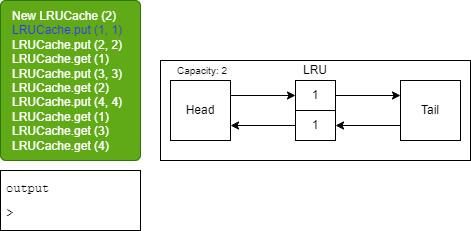
This is Final_Interview/slides/Slide3.png from bert799/CodingInterviews, a draw.io export, as it was before one commit. Source tidied: cells renumbered, new cells last; positions are measured from the earlier drawing's top-left corner, leaving out a move shared by most shapes.
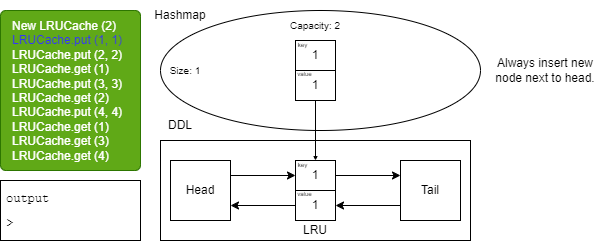
After the change.

What changed in the source:
```diff
@@ -5,41 +5,83 @@
     <mxCell id="2" value="&lt;span style=&quot;&quot;&gt;&#9;&lt;/span&gt;New LRUCache (2)&lt;br&gt;&lt;span style=&quot;&quot;&gt;&#9;&lt;/span&gt;&lt;font color=&quot;#3333ff&quot;&gt;LRUCache.put (1, 1)&lt;br&gt;&lt;/font&gt;&lt;span style=&quot;&quot;&gt;&#9;&lt;/span&gt;LRUCache.put (2, 2)&lt;br&gt;LRUCache.get (1)&lt;br&gt;LRUCache.put (3, 3)&lt;br&gt;LRUCache.get (2)&lt;br&gt;LRUCache.put (4, 4)&lt;br&gt;LRUCache.get (1)&lt;br&gt;LRUCache.get (3)&lt;br&gt;LRUCache.get (4)" style="rounded=1;whiteSpace=wrap;html=1;fillColor=#60a917;verticalAlign=top;align=left;arcSize=4;spacingTop=2;spacingLeft=10;spacingBottom=2;fontColor=#ffffff;strokeColor=#2D7600;" parent="1" vertex="1">
       <mxGeometry width="140" height="160" as="geometry" />
     </mxCell>
+    <mxCell id="4" style="rounded=0;whiteSpace=wrap;html=1;fontSize=12;fillColor=none;strokeColor=#000000;" parent="1" vertex="1">
+      <mxGeometry x="160" y="130" width="310" height="100" as="geometry" />
+    </mxCell>
     <mxCell id="3" value="&lt;pre style=&quot;line-height: 0%;&quot;&gt;&lt;font color=&quot;#000000&quot;&gt;output&lt;/font&gt;&lt;/pre&gt;&lt;pre style=&quot;text-align: center; line-height: 0%;&quot;&gt;&lt;font color=&quot;#000000&quot;&gt;&lt;br&gt;&lt;/font&gt;&lt;/pre&gt;&lt;pre style=&quot;text-align: justify; line-height: 0%;&quot;&gt;&lt;font color=&quot;#000000&quot;&gt;&amp;gt; &lt;/font&gt;&lt;/pre&gt;" style="rounded=0;whiteSpace=wrap;html=1;verticalAlign=top;align=left;spacingLeft=4;fillColor=none;strokeColor=#000000;" parent="1" vertex="1">
       <mxGeometry y="170" width="140" height="60" as="geometry" />
     </mxCell>
-    <mxCell id="4" style="rounded=0;whiteSpace=wrap;html=1;fontSize=12;fillColor=none;strokeColor=#000000;" parent="1" vertex="1">
-      <mxGeometry x="160" y="60" width="310" height="100" as="geometry" />
-    </mxCell>
     <mxCell id="5" style="edgeStyle=none;html=1;exitX=1;exitY=0.25;exitDx=0;exitDy=0;entryX=0;entryY=0.5;entryDx=0;entryDy=0;fontSize=10;fontColor=#FFFFFF;strokeColor=#000000;" parent="1" edge="1" source="6" target="11">
       <mxGeometry relative="1" as="geometry" />
     </mxCell>
     <mxCell id="6" value="&lt;font color=&quot;#000000&quot;&gt;Head&lt;/font&gt;" style="whiteSpace=wrap;html=1;rounded=0;strokeColor=#000000;fontSize=12;fillColor=none;" parent="1" vertex="1">
-      <mxGeometry x="170" y="80" width="60" height="60" as="geometry" />
+      <mxGeometry x="170" y="150" width="60" height="60" as="geometry" />
     </mxCell>
     <mxCell id="7" style="edgeStyle=none;html=1;exitX=0;exitY=0.75;exitDx=0;exitDy=0;entryX=1;entryY=0.5;entryDx=0;entryDy=0;strokeColor=#000000;fontSize=10;fontColor=#FFFFFF;" parent="1" edge="1" source="8" target="13">
       <mxGeometry relative="1" as="geometry" />
     </mxCell>
     <mxCell id="8" value="&lt;font color=&quot;#000000&quot;&gt;Tail&lt;/font&gt;" style="whiteSpace=wrap;html=1;rounded=0;strokeColor=#000000;fontSize=12;fillColor=none;" parent="1" vertex="1">
-      <mxGeometry x="400" y="80" width="60" height="60" as="geometry" />
+      <mxGeometry x="400" y="150" width="60" height="60" as="geometry" />
     </mxCell>
+    <mxCell id="10" style="edgeStyle=none;html=1;exitX=1;exitY=0.5;exitDx=0;exitDy=0;entryX=0;entryY=0.25;entryDx=0;entryDy=0;strokeColor=#000000;fontSize=10;fontColor=#FFFFFF;" parent="1" edge="1" source="11" target="8">
+      <mxGeometry relative="1" as="geometry" />
+    </mxCell>
+    <mxCell id="12" style="edgeStyle=none;html=1;exitX=0;exitY=0.5;exitDx=0;exitDy=0;entryX=1;entryY=0.75;entryDx=0;entryDy=0;strokeColor=#000000;fontSize=10;fontColor=#FFFFFF;" parent="1" edge="1" source="13" target="6">
+      <mxGeometry relative="1" as="geometry" />
+    </mxCell>
     <mxCell id="9" value="&lt;font style=&quot;font-size: 10px;&quot;&gt;Capacity: 2&lt;/font&gt;" style="text;html=1;strokeColor=none;fillColor=none;align=center;verticalAlign=middle;whiteSpace=wrap;rounded=0;fontColor=#000000;" parent="1" vertex="1">
-      <mxGeometry x="167" y="55" width="70" height="30" as="geometry" />
+      <mxGeometry x="280" width="70" height="30" as="geometry" />
     </mxCell>
-    <mxCell id="10" style="edgeStyle=none;html=1;exitX=1;exitY=0.5;exitDx=0;exitDy=0;entryX=0;entryY=0.25;entryDx=0;entryDy=0;strokeColor=#000000;fontSize=10;fontColor=#FFFFFF;" parent="1" edge="1" source="11" target="8">
-      <mxGeometry relative="1" as="geometry" />
-    </mxCell>
+    <mxCell id="15" style="ellipse;whiteSpace=wrap;html=1;fillColor=none;strokeColor=#000000;" parent="1" vertex="1">
+      <mxGeometry x="160" width="320" height="120" as="geometry" />
+    </mxCell>
+    <mxCell id="16" value="&lt;font color=&quot;#000000&quot;&gt;Hashmap&lt;/font&gt;" style="text;html=1;strokeColor=none;fillColor=none;align=center;verticalAlign=middle;whiteSpace=wrap;rounded=0;" parent="1" vertex="1">
+      <mxGeometry x="150" y="-10" width="60" height="30" as="geometry" />
+    </mxCell>
+    <mxCell id="17" value="&lt;font color=&quot;#000000&quot;&gt;DDL&lt;/font&gt;" style="text;html=1;strokeColor=none;fillColor=none;align=center;verticalAlign=middle;whiteSpace=wrap;rounded=0;" parent="1" vertex="1">
+      <mxGeometry x="150" y="100" width="60" height="30" as="geometry" />
+    </mxCell>
+    <mxCell id="18" style="group;" parent="1" vertex="1">
+      <mxGeometry x="290" y="148" width="45" height="62" as="geometry" />
+    </mxCell>
-    <mxCell id="11" value="1" style="rounded=0;whiteSpace=wrap;html=1;strokeColor=#000000;fontSize=12;fontColor=#000000;fillColor=none;" parent="1" vertex="1">
-      <mxGeometry x="295" y="80" width="40" height="30" as="geometry" />
+    <mxCell id="11" value="1" style="rounded=0;whiteSpace=wrap;html=1;strokeColor=#000000;fontSize=12;fontColor=#000000;fillColor=none;" parent="18" vertex="1">
+      <mxGeometry x="5" y="2" width="40" height="30" as="geometry" />
     </mxCell>
-    <mxCell id="12" style="edgeStyle=none;html=1;exitX=0;exitY=0.5;exitDx=0;exitDy=0;entryX=1;entryY=0.75;entryDx=0;entryDy=0;strokeColor=#000000;fontSize=10;fontColor=#FFFFFF;" parent="1" edge="1" source="13" target="6">
-      <mxGeometry relative="1" as="geometry" />
-    </mxCell>
-    <mxCell id="13" value="1" style="rounded=0;whiteSpace=wrap;html=1;strokeColor=#000000;fontSize=12;fontColor=#000000;fillColor=none;" parent="1" vertex="1">
-      <mxGeometry x="295" y="110" width="40" height="30" as="geometry" />
+    <mxCell id="13" value="1" style="rounded=0;whiteSpace=wrap;html=1;strokeColor=#000000;fontSize=12;fontColor=#000000;fillColor=none;" parent="18" vertex="1">
+      <mxGeometry x="5" y="32" width="40" height="30" as="geometry" />
     </mxCell>
+    <mxCell id="19" value="&lt;font style=&quot;font-size: 6px;&quot; color=&quot;#000000&quot;&gt;key&lt;/font&gt;" style="text;html=1;strokeColor=none;fillColor=none;align=center;verticalAlign=middle;whiteSpace=wrap;rounded=0;" parent="18" vertex="1">
+      <mxGeometry width="25" height="10" as="geometry" />
+    </mxCell>
+    <mxCell id="20" value="&lt;font style=&quot;font-size: 6px;&quot; color=&quot;#000000&quot;&gt;value&lt;/font&gt;" style="text;html=1;strokeColor=none;fillColor=none;align=center;verticalAlign=middle;whiteSpace=wrap;rounded=0;" parent="18" vertex="1">
+      <mxGeometry x="2" y="29" width="25" height="10" as="geometry" />
+    </mxCell>
+    <mxCell id="21" style="edgeStyle=none;html=1;exitX=0.5;exitY=1;exitDx=0;exitDy=0;entryX=0.5;entryY=0;entryDx=0;entryDy=0;fontSize=6;fillColor=#d80073;strokeColor=#000000;endSize=2;startSize=2;jumpSize=6;strokeWidth=1;" parent="1" edge="1" source="24" target="11">
+      <mxGeometry relative="1" as="geometry" />
+    </mxCell>
+    <mxCell id="22" style="group;" parent="1" vertex="1">
+      <mxGeometry x="290" y="28" width="45" height="62" as="geometry" />
+    </mxCell>
+    <mxCell id="23" value="1" style="rounded=0;whiteSpace=wrap;html=1;strokeColor=#000000;fontSize=12;fontColor=#000000;fillColor=none;" parent="22" vertex="1">
+      <mxGeometry x="5" y="2" width="40" height="30" as="geometry" />
+    </mxCell>
+    <mxCell id="24" value="1" style="rounded=0;whiteSpace=wrap;html=1;strokeColor=#000000;fontSize=12;fontColor=#000000;fillColor=none;" parent="22" vertex="1">
+      <mxGeometry x="5" y="32" width="40" height="30" as="geometry" />
+    </mxCell>
+    <mxCell id="25" value="&lt;font style=&quot;font-size: 6px;&quot; color=&quot;#000000&quot;&gt;key&lt;/font&gt;" style="text;html=1;strokeColor=none;fillColor=none;align=center;verticalAlign=middle;whiteSpace=wrap;rounded=0;" parent="22" vertex="1">
+      <mxGeometry width="25" height="10" as="geometry" />
+    </mxCell>
+    <mxCell id="26" value="&lt;font style=&quot;font-size: 6px;&quot; color=&quot;#000000&quot;&gt;value&lt;/font&gt;" style="text;html=1;strokeColor=none;fillColor=none;align=center;verticalAlign=middle;whiteSpace=wrap;rounded=0;" parent="22" vertex="1">
+      <mxGeometry x="2" y="29" width="25" height="10" as="geometry" />
+    </mxCell>
     <mxCell id="14" value="LRU" style="text;html=1;strokeColor=none;fillColor=none;align=center;verticalAlign=middle;whiteSpace=wrap;rounded=0;fontSize=12;fontColor=#000000;" parent="1" vertex="1">
-      <mxGeometry x="290" y="60" width="50" height="20" as="geometry" />
+      <mxGeometry x="290" y="210" width="50" height="20" as="geometry" />
     </mxCell>
+    <mxCell id="27" value="&lt;font style=&quot;font-size: 10px;&quot;&gt;Size: 1&lt;/font&gt;" style="text;html=1;strokeColor=none;fillColor=none;align=center;verticalAlign=middle;whiteSpace=wrap;rounded=0;fontColor=#000000;" parent="1" vertex="1">
+      <mxGeometry x="150" y="45" width="70" height="30" as="geometry" />
+    </mxCell>
+    <mxCell id="28" value="Always insert new node next to head." style="text;html=1;strokeColor=none;fillColor=none;align=center;verticalAlign=middle;whiteSpace=wrap;rounded=0;fontColor=#000000;" parent="1" vertex="1">
+      <mxGeometry x="490" y="45" width="110" height="30" as="geometry" />
+    </mxCell>
   </root>
 </mxGraphModel>
```
